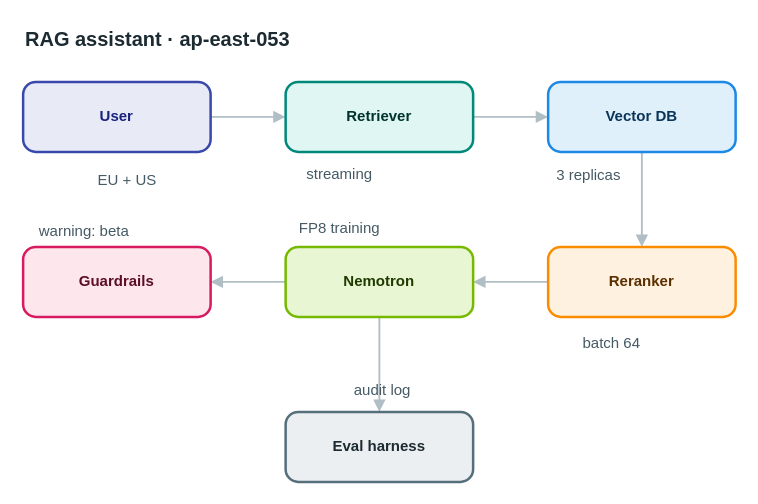
The draw.io diagram apps/web/public/samples/library/053-rag-assistant.drawio in AryanG01/open-apprentice, before the edit. Source tidied: cells renumbered, new cells numbered last; positions are measured from the earlier drawing's top-left corner, leaving out a move shared by most shapes. Both pictures are drawn from the tidied source at 125%, with x=0, y=0 at pixel (22, 21).
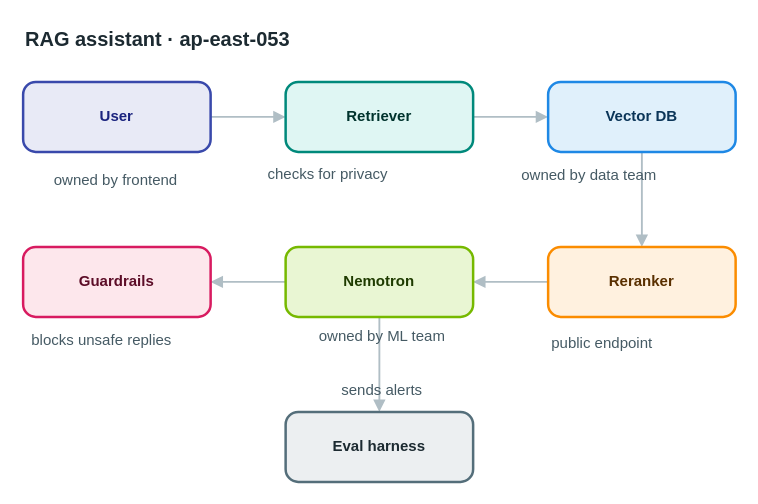
After the change.

Change to the diagram source:
```diff
@@
-    <mxCell id="16" value="EU + US" style="text;html=1;align=left;verticalAlign=top;whiteSpace=nowrap;spacing=0;spacingTop=0;strokeColor=none;fillColor=none;fontSize=12;fontColor=#455a64;" parent="1" vertex="1">
-      <mxGeometry x="60" y="115" width="61" height="20" as="geometry" />
+    <mxCell id="16" value="owned by frontend" style="text;html=1;align=left;verticalAlign=top;whiteSpace=nowrap;spacing=0;spacingTop=0;strokeColor=none;fillColor=none;fontSize=12;fontColor=#455a64;" parent="1" vertex="1">
+      <mxGeometry x="25" y="115" width="131" height="20" as="geometry" />
     </mxCell>
-    <mxCell id="17" value="streaming" style="text;html=1;align=left;verticalAlign=top;whiteSpace=nowrap;spacing=0;spacingTop=0;strokeColor=none;fillColor=none;fontSize=12;fontColor=#455a64;" parent="1" vertex="1">
-      <mxGeometry x="227" y="110" width="75" height="20" as="geometry" />
+    <mxCell id="17" value="checks for privacy" style="text;html=1;align=left;verticalAlign=top;whiteSpace=nowrap;spacing=0;spacingTop=0;strokeColor=none;fillColor=none;fontSize=12;fontColor=#455a64;" parent="1" vertex="1">
+      <mxGeometry x="196" y="110" width="138" height="20" as="geometry" />
     </mxCell>
-    <mxCell id="18" value="3 replicas" style="text;html=1;align=left;verticalAlign=top;whiteSpace=nowrap;spacing=0;spacingTop=0;strokeColor=none;fillColor=none;fontSize=12;fontColor=#455a64;" parent="1" vertex="1">
-      <mxGeometry x="427" y="111" width="82" height="20" as="geometry" />
+    <mxCell id="18" value="owned by data team" style="text;html=1;align=left;verticalAlign=top;whiteSpace=nowrap;spacing=0;spacingTop=0;strokeColor=none;fillColor=none;fontSize=12;fontColor=#455a64;" parent="1" vertex="1">
+      <mxGeometry x="399" y="111" width="138" height="20" as="geometry" />
     </mxCell>
-    <mxCell id="19" value="batch 64" style="text;html=1;align=left;verticalAlign=top;whiteSpace=nowrap;spacing=0;spacingTop=0;strokeColor=none;fillColor=none;fontSize=12;fontColor=#455a64;" parent="1" vertex="1">
-      <mxGeometry x="448" y="245" width="68" height="20" as="geometry" />
+    <mxCell id="19" value="public endpoint" style="text;html=1;align=left;verticalAlign=top;whiteSpace=nowrap;spacing=0;spacingTop=0;strokeColor=none;fillColor=none;fontSize=12;fontColor=#455a64;" parent="1" vertex="1">
+      <mxGeometry x="423" y="245" width="117" height="20" as="geometry" />
     </mxCell>
-    <mxCell id="20" value="FP8 training" style="text;html=1;align=left;verticalAlign=top;whiteSpace=nowrap;spacing=0;spacingTop=0;strokeColor=none;fillColor=none;fontSize=12;fontColor=#455a64;" parent="1" vertex="1">
-      <mxGeometry x="221" y="153" width="96" height="20" as="geometry" />
+    <mxCell id="20" value="owned by ML team" style="text;html=1;align=left;verticalAlign=top;whiteSpace=nowrap;spacing=0;spacingTop=0;strokeColor=none;fillColor=none;fontSize=12;fontColor=#455a64;" parent="1" vertex="1">
+      <mxGeometry x="237" y="240" width="124" height="20" as="geometry" />
     </mxCell>
-    <mxCell id="21" value="warning: beta" style="text;html=1;align=left;verticalAlign=top;whiteSpace=nowrap;spacing=0;spacingTop=0;strokeColor=none;fillColor=none;fontSize=12;fontColor=#455a64;" parent="1" vertex="1">
-      <mxGeometry x="13" y="156" width="103" height="20" as="geometry" />
+    <mxCell id="21" value="blocks unsafe replies" style="text;html=1;align=left;verticalAlign=top;whiteSpace=nowrap;spacing=0;spacingTop=0;strokeColor=none;fillColor=none;fontSize=12;fontColor=#455a64;" parent="1" vertex="1">
+      <mxGeometry x="7" y="243" width="159" height="20" as="geometry" />
     </mxCell>
-    <mxCell id="22" value="audit log" style="text;html=1;align=left;verticalAlign=top;whiteSpace=nowrap;spacing=0;spacingTop=0;strokeColor=none;fillColor=none;fontSize=12;fontColor=#455a64;" parent="1" vertex="1">
-      <mxGeometry x="265" y="283" width="75" height="20" as="geometry" />
+    <mxCell id="22" value="sends alerts" style="text;html=1;align=left;verticalAlign=top;whiteSpace=nowrap;spacing=0;spacingTop=0;strokeColor=none;fillColor=none;fontSize=12;fontColor=#455a64;" parent="1" vertex="1">
+      <mxGeometry x="255" y="283" width="96" height="20" as="geometry" />
     </mxCell>
```
